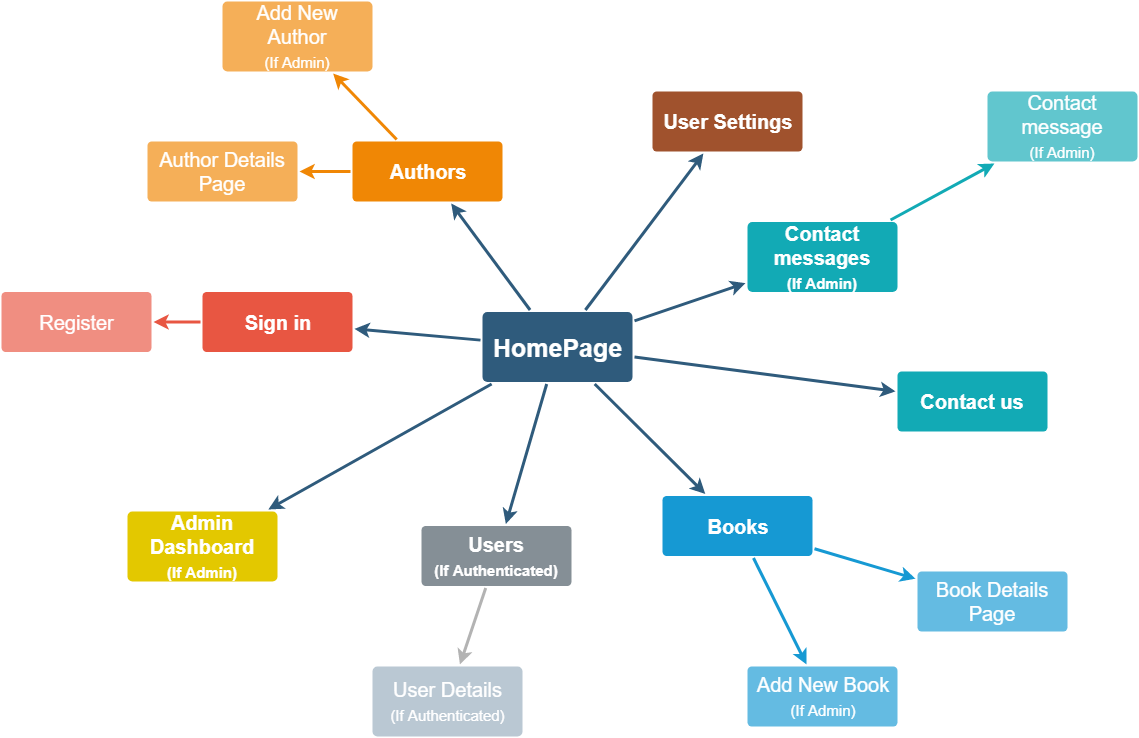
Earlier version of the draw.io export documentation/diagrams/Full site map.png (kristozsolti/selenium-cucumber-java). Source tidied: cells renumbered, new cells last; positions are measured from the earlier drawing's top-left corner, leaving out a move shared by most shapes.
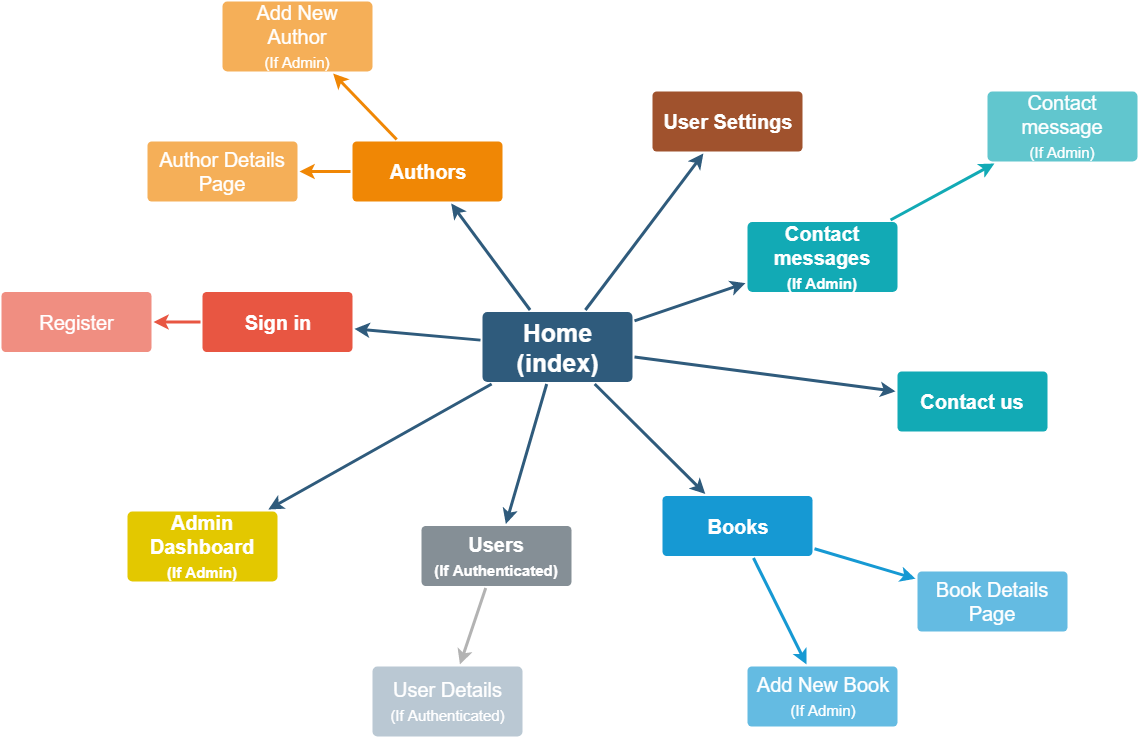
After the change.

Diff of the diagram source:
```diff
@@ -14,7 +14,7 @@
     <mxCell id="5" style="edgeStyle=none;rounded=0;jumpStyle=none;html=1;shadow=0;labelBackgroundColor=none;startArrow=none;startFill=0;endArrow=classic;endFill=1;jettySize=auto;strokeColor=#2F5B7C;strokeWidth=3;fontFamily=Helvetica;fontSize=16;fontColor=#23445D;spacing=5;" parent="1" edge="1" source="6" target="8">
       <mxGeometry relative="1" as="geometry" />
     </mxCell>
-    <mxCell id="6" value="&lt;font style=&quot;font-size: 25px&quot;&gt;HomePage&lt;/font&gt;" style="rounded=1;whiteSpace=wrap;html=1;shadow=0;labelBackgroundColor=none;strokeColor=none;strokeWidth=3;fillColor=#2F5B7C;fontFamily=Helvetica;fontSize=16;fontColor=#FFFFFF;align=center;fontStyle=1;spacing=5;arcSize=7;perimeterSpacing=2;" parent="1" vertex="1">
+    <mxCell id="6" value="&lt;font style=&quot;font-size: 25px&quot;&gt;Home&lt;br&gt;(index)&lt;br&gt;&lt;/font&gt;" style="rounded=1;whiteSpace=wrap;html=1;shadow=0;labelBackgroundColor=none;strokeColor=none;strokeWidth=3;fillColor=#2F5B7C;fontFamily=Helvetica;fontSize=16;fontColor=#FFFFFF;align=center;fontStyle=1;spacing=5;arcSize=7;perimeterSpacing=2;" parent="1" vertex="1">
       <mxGeometry x="481" y="310.5" width="150" height="70" as="geometry" />
     </mxCell>
     <mxCell id="7" style="edgeStyle=none;rounded=1;jumpStyle=none;html=1;shadow=0;labelBackgroundColor=none;startArrow=none;startFill=0;jettySize=auto;strokeColor=#E85642;strokeWidth=3;fontFamily=Helvetica;fontSize=14;fontColor=#FFFFFF;spacing=5;fontStyle=1;fillColor=#b0e3e6;" parent="1" edge="1" source="8" target="9">
```
